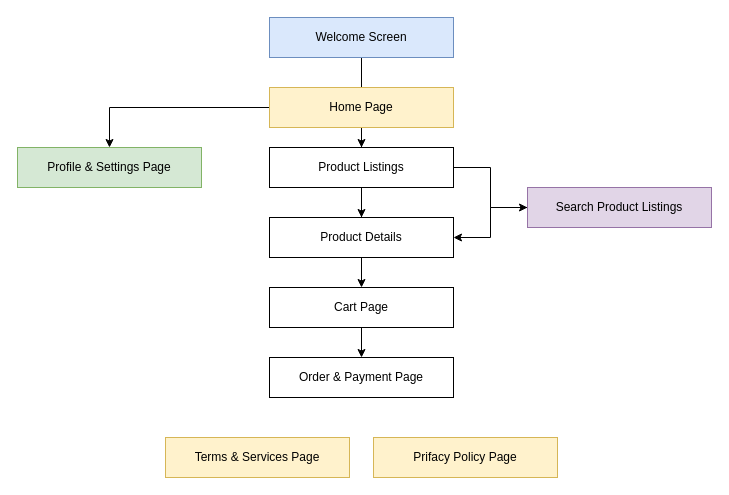
mealibek/drawio keeps this draw.io diagram as drawio-mvp/Marketplace Site Map Diagram.drawio. Above is the earlier version. Source tidied: cells renumbered, new cells numbered last; positions are measured from the earlier drawing's top-left corner, leaving out a move shared by most shapes. Both pictures are drawn from the tidied source at 100%, with x=0, y=0 at pixel (17, 17).
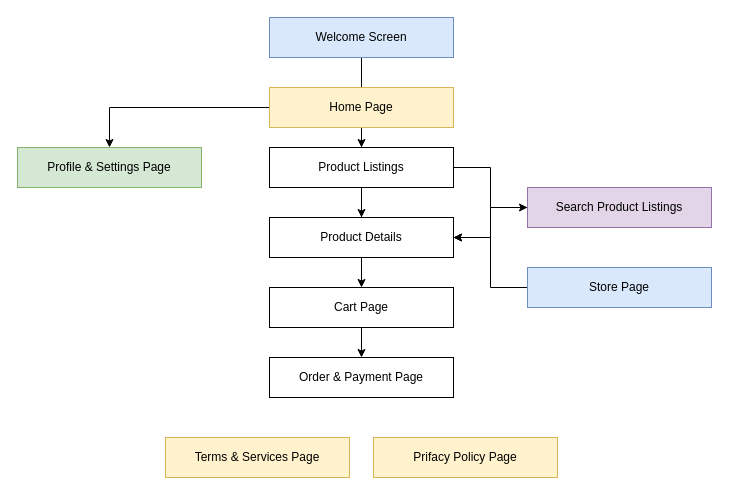
Above is the later version.

The change refers to these unchanged cells:
```xml
<mxCell id="10" value="Product Details" style="rounded=0;whiteSpace=wrap;html=1;" parent="1" vertex="1">
  <mxGeometry x="252" y="200" width="184" height="40" as="geometry" />
</mxCell>
```

The edit, as a diff of the source:
```diff
@@
+    <mxCell id="19" style="edgeStyle=orthogonalEdgeStyle;rounded=0;jettySize=auto;html=1;entryX=1;entryY=0.5;entryDx=0;entryDy=0;" parent="1" edge="1" source="20" target="10">
+      <mxGeometry relative="1" as="geometry" />
+    </mxCell>
+    <mxCell id="20" value="Store Page" style="rounded=0;whiteSpace=wrap;html=1;fillColor=#dae8fc;strokeColor=#6c8ebf;" parent="1" vertex="1">
+      <mxGeometry x="510" y="250" width="184" height="40" as="geometry" />
+    </mxCell>
```
